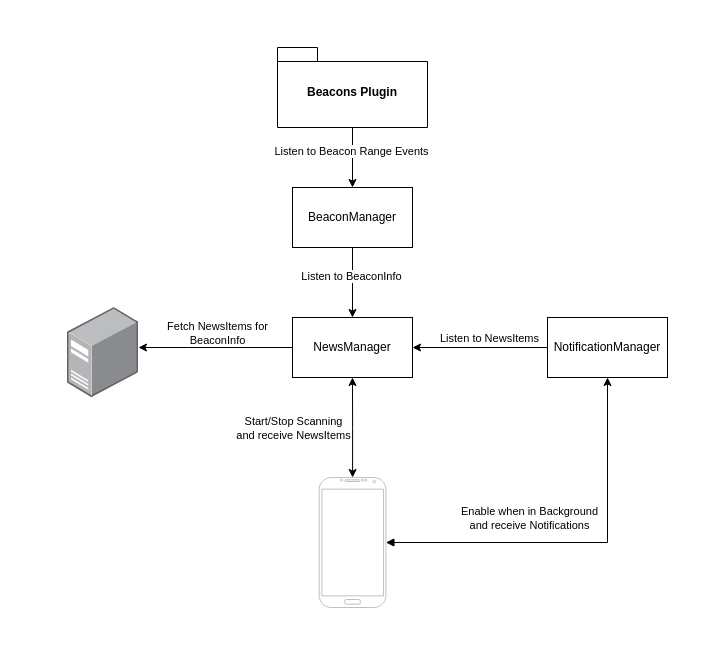
This is doc/dataflow-architecture.drawio from malthee/StoreNews.App, a draw.io file, before an edit. Source tidied: cells renumbered, new cells numbered last; positions are measured from the earlier drawing's top-left corner, leaving out a move shared by most shapes. Both pictures are drawn from the tidied source at 100%, with x=0, y=0 at pixel (67, 47). Pictures stored in the file or linked from it are replaced by grey dashed boxes.
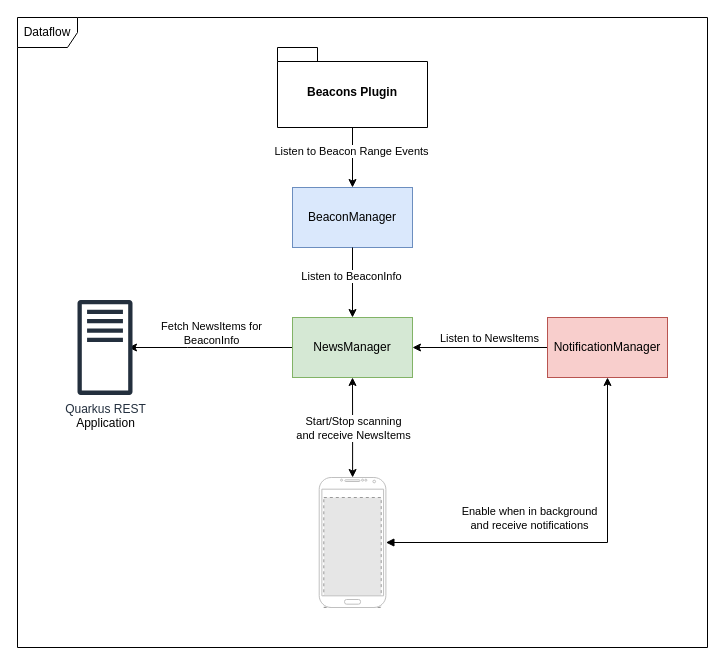
The same diagram, later.

Unchanged cells that the change refers to:
```xml
<mxCell id="14" style="edgeStyle=orthogonalEdgeStyle;rounded=0;jettySize=auto;html=1;entryX=0.5;entryY=1;entryDx=0;entryDy=0;startArrow=block;startFill=1;" parent="1" edge="1" source="18" target="13">
  <mxGeometry relative="1" as="geometry" />
</mxCell>
<mxCell id="16" style="edgeStyle=orthogonalEdgeStyle;rounded=0;jettySize=auto;html=1;entryX=0.5;entryY=1;entryDx=0;entryDy=0;startArrow=classic;startFill=1;" parent="1" edge="1" source="18" target="10">
  <mxGeometry relative="1" as="geometry" />
</mxCell>
```

Change to the diagram source:
```diff
@@
-    <mxCell id="5" value="BeaconManager" style="html=1;whiteSpace=wrap;" parent="1" vertex="1">
+    <mxCell id="5" value="BeaconManager" style="html=1;whiteSpace=wrap;fillColor=#dae8fc;strokeColor=#6c8ebf;" parent="1" vertex="1">
       <mxGeometry x="225" y="140" width="120" height="60" as="geometry" />
     </mxCell>
-    <mxCell id="6" style="edgeStyle=orthogonalEdgeStyle;rounded=0;jettySize=auto;html=1;" parent="1" edge="1" source="10" target="19">
+    <mxCell id="6" style="edgeStyle=orthogonalEdgeStyle;rounded=0;jettySize=auto;html=1;" parent="1" edge="1" source="10">
       <mxGeometry relative="1" as="geometry">
+        <mxPoint x="61" y="300" as="targetPoint" />
         <Array as="points">
           <mxPoint x="120" y="300" />
           <mxPoint x="120" y="300" />
         </Array>
       </mxGeometry>
     </mxCell>
@@
-    <mxCell id="10" value="NewsManager" style="html=1;whiteSpace=wrap;" parent="1" vertex="1">
+    <mxCell id="10" value="NewsManager" style="html=1;whiteSpace=wrap;fillColor=#d5e8d4;strokeColor=#82b366;" parent="1" vertex="1">
       <mxGeometry x="225" y="270" width="120" height="60" as="geometry" />
     </mxCell>
@@
-    <mxCell id="13" value="NotificationManager" style="html=1;whiteSpace=wrap;" parent="1" vertex="1">
+    <mxCell id="13" value="NotificationManager" style="html=1;whiteSpace=wrap;fillColor=#f8cecc;strokeColor=#b85450;" parent="1" vertex="1">
       <mxGeometry x="480" y="270" width="120" height="60" as="geometry" />
     </mxCell>
@@
-    <mxCell id="15" value="Enable when in Background&lt;br&gt;and receive Notifications" style="edgeLabel;html=1;align=center;verticalAlign=middle;" parent="14" vertex="1">
+    <mxCell id="15" value="Enable when in background&lt;br&gt;and receive notifications" style="edgeLabel;html=1;align=center;verticalAlign=middle;" parent="14" vertex="1">
       <mxGeometry x="-0.35" y="-1" relative="1" as="geometry">
         <mxPoint x="17" y="-26" as="offset" />
       </mxGeometry>
     </mxCell>
@@
-    <mxCell id="17" value="Start/Stop Scanning&lt;br&gt;and receive NewsItems" style="edgeLabel;html=1;align=center;verticalAlign=middle;" parent="16" vertex="1">
+    <mxCell id="17" value="Start/Stop scanning&lt;br&gt;and receive NewsItems" style="edgeLabel;html=1;align=center;verticalAlign=middle;" parent="16" vertex="1">
       <mxGeometry x="0.24" y="3" relative="1" as="geometry">
-        <mxPoint x="-57" y="12" as="offset" />
+        <mxPoint x="3" y="12" as="offset" />
       </mxGeometry>
     </mxCell>
+    <mxCell id="20" style="fillColor=#E6E6E6;strokeColor=#999999;dashed=1;verticalLabelPosition=bottom;labelBackgroundColor=default;verticalAlign=top;" parent="1" vertex="1">
+      <mxGeometry x="256.3" y="450" width="57.4" height="110" as="geometry" />
+    </mxCell>
@@
-    <mxCell id="19" style="image;points=[];html=1;align=center;shadow=0;dashed=0;image=img/lib/allied_telesis/computer_and_terminals/Server_Desktop.svg;" parent="1" vertex="1">
-      <mxGeometry y="260" width="71" height="90" as="geometry" />
-    </mxCell>
+    <mxCell id="21" value="Dataflow" style="shape=umlFrame;whiteSpace=wrap;html=1;" parent="1" vertex="1">
+      <mxGeometry x="-50" y="-30" width="690" height="630" as="geometry" />
+    </mxCell>
+    <mxCell id="22" value="Quarkus REST&lt;br style=&quot;border-color: var(--border-color); color: rgb(0, 0, 0);&quot;&gt;&lt;span style=&quot;color: rgb(0, 0, 0); background-color: rgb(255, 255, 255);&quot;&gt;Application&lt;/span&gt;" style="sketch=0;fontColor=#232F3E;gradientColor=none;fillColor=#232F3D;strokeColor=none;dashed=0;verticalLabelPosition=bottom;verticalAlign=top;align=center;html=1;fontSize=12;fontStyle=0;shape=mxgraph.aws4.traditional_server;" parent="1" vertex="1">
+      <mxGeometry x="10" y="252.3" width="55" height="95.3" as="geometry" />
+    </mxCell>
```
